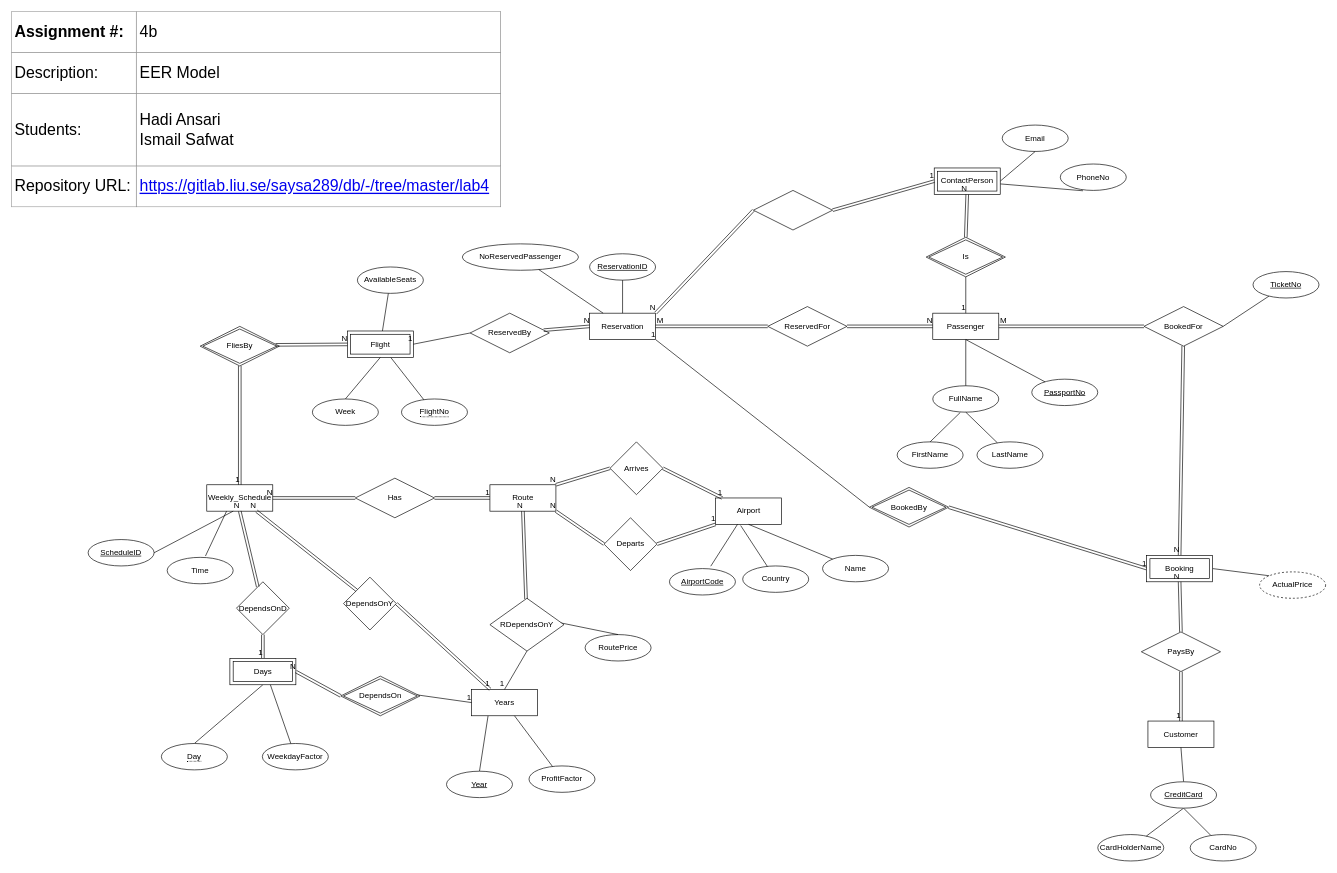
Above: page "EER Model" (1 of 2) of lab4/Assignment4b.drawio in hadi-ansari/TDDD12 (draw.io), before the change. Source tidied: cells renumbered, new cells numbered last; positions are measured from the earlier drawing's top-left corner, leaving out a move shared by most shapes. Both pictures are drawn from the tidied source at 66%, with x=0, y=0 at pixel (11, 11).
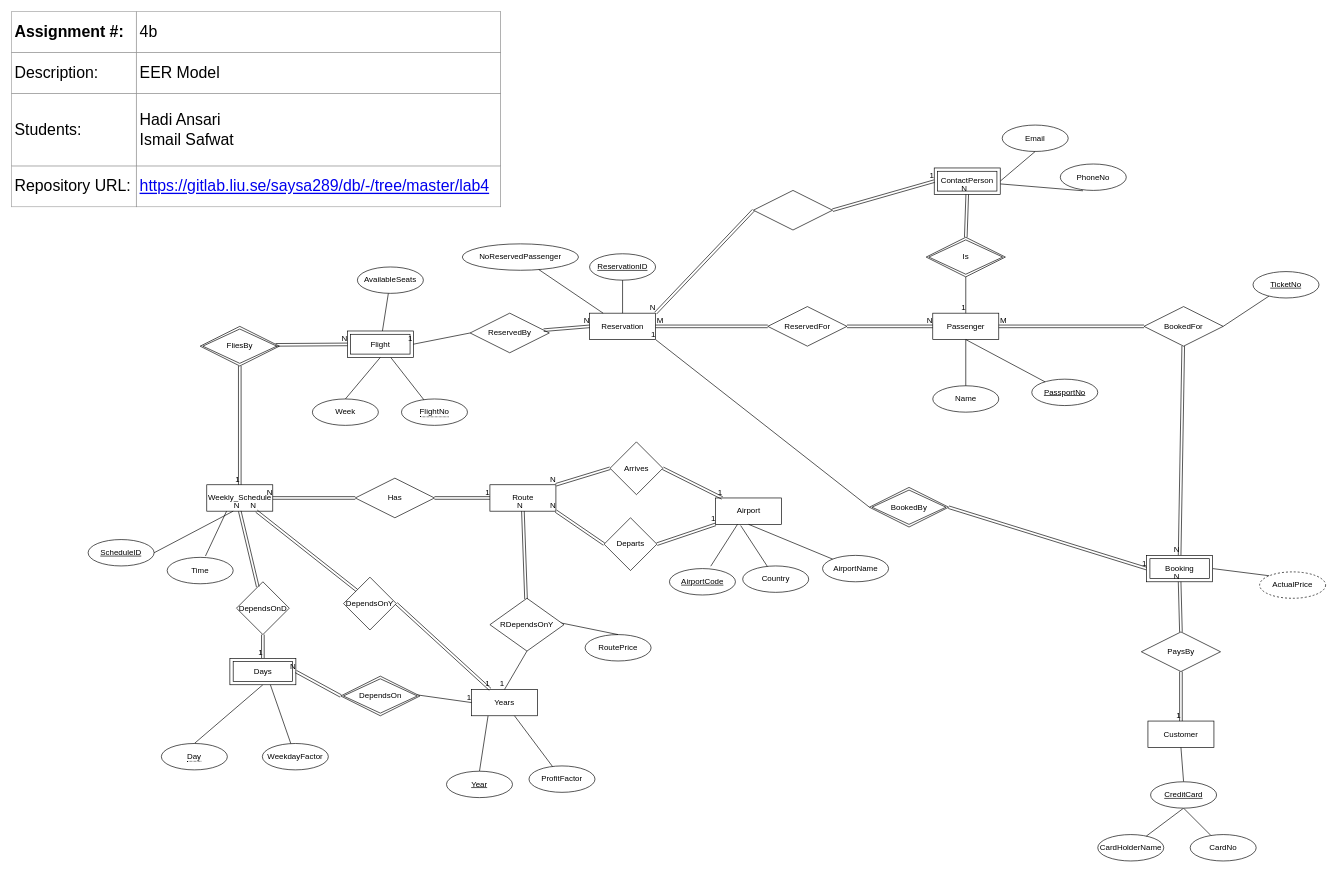
After the change.

Diff of the diagram source:
```diff
@@
-    <mxCell id="22" value="FullName" style="ellipse;whiteSpace=wrap;html=1;align=center;" parent="1" vertex="1">
+    <mxCell id="22" value="Name" style="ellipse;whiteSpace=wrap;html=1;align=center;" parent="1" vertex="1">
       <mxGeometry x="1395.8" y="567" width="100" height="40" as="geometry" />
     </mxCell>
@@
-    <mxCell id="24" value="FirstName" style="ellipse;whiteSpace=wrap;html=1;align=center;" parent="1" vertex="1">
-      <mxGeometry x="1341.8" y="652" width="100" height="40" as="geometry" />
-    </mxCell>
-    <mxCell id="25" value="LastName" style="ellipse;whiteSpace=wrap;html=1;align=center;" parent="1" vertex="1">
-      <mxGeometry x="1462.8" y="652" width="100" height="40" as="geometry" />
-    </mxCell>
-    <mxCell id="26" style="endArrow=none;html=1;rounded=0;exitX=0.5;exitY=0;exitDx=0;exitDy=0;entryX=0.416;entryY=1.012;entryDx=0;entryDy=0;entryPerimeter=0;" parent="1" edge="1" source="24" target="22">
-      <mxGeometry relative="1" as="geometry" />
-    </mxCell>
-    <mxCell id="27" style="endArrow=none;html=1;rounded=0;entryX=0.5;entryY=1;entryDx=0;entryDy=0;" parent="1" edge="1" source="25" target="22">
-      <mxGeometry relative="1" as="geometry" />
-    </mxCell>
@@
-    <mxCell id="82" value="Name" style="ellipse;whiteSpace=wrap;html=1;align=center;" parent="1" vertex="1">
+    <mxCell id="82" value="AirportName" style="ellipse;whiteSpace=wrap;html=1;align=center;" parent="1" vertex="1">
       <mxGeometry x="1228.8" y="824" width="100" height="40" as="geometry" />
     </mxCell>
```
